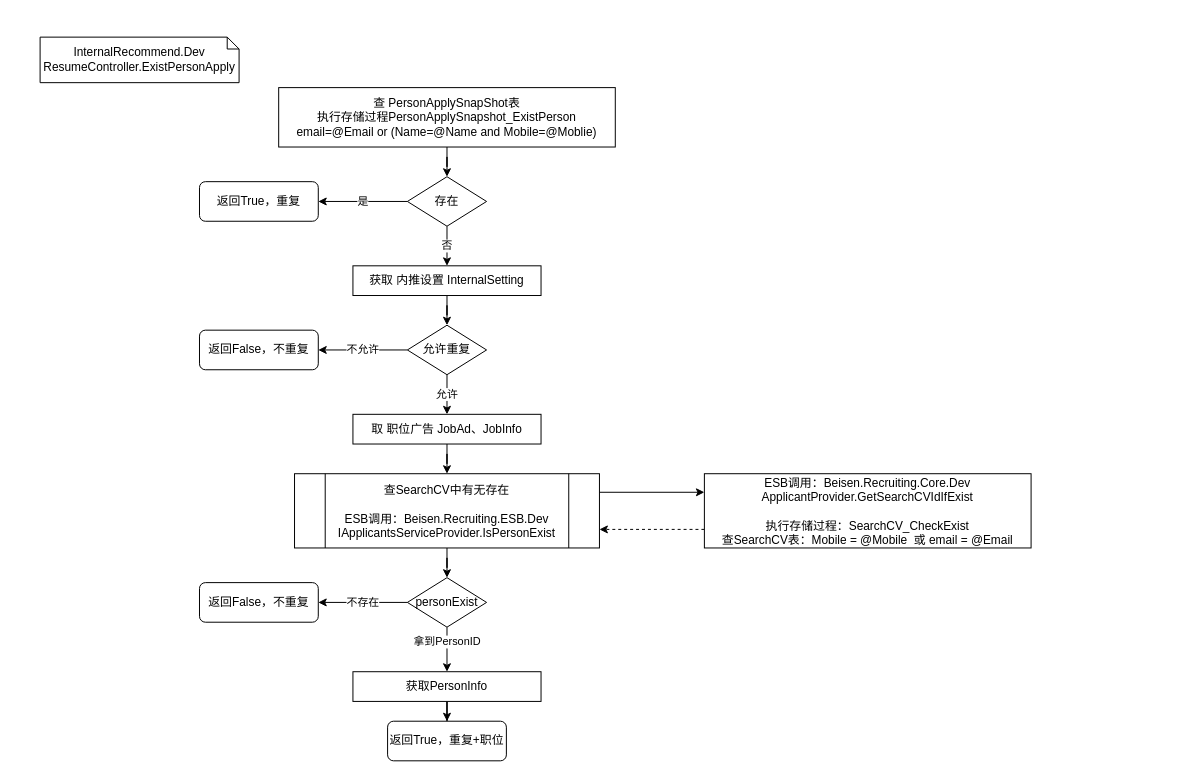
This is 线上1113前的内推逻辑.drawio from Lucas20029/MyDiagrams, a draw.io file, before an edit. Source tidied: cells renumbered, new cells numbered last; positions are measured from the earlier drawing's top-left corner, leaving out a move shared by most shapes. Both pictures are drawn from the tidied source at 99%, with x=0, y=0 at pixel (40, 37).
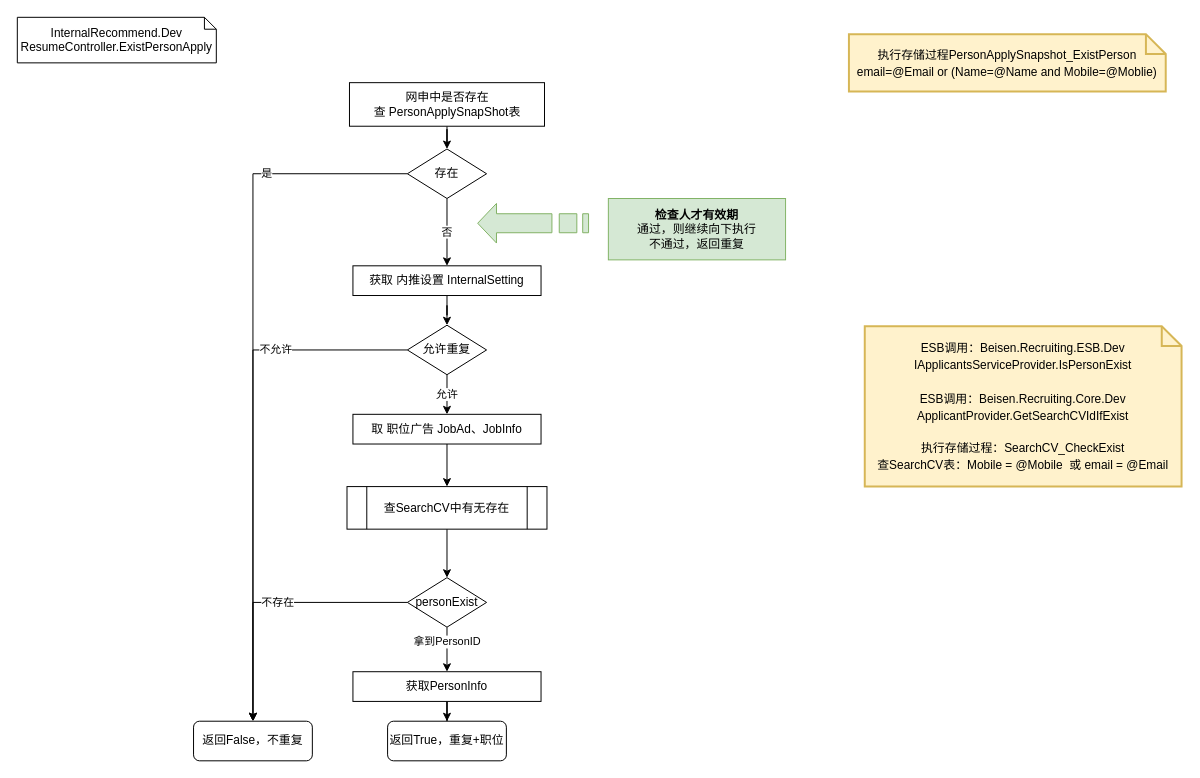
The same page after the edit.

Commit message:
Update 线上1113前的内推逻辑.drawio

Unchanged cells that the change refers to:
```xml
<mxCell id="13" value="允许重复" style="rhombus;whiteSpace=wrap;html=1;" parent="1" vertex="1">
  <mxGeometry x="371" y="291" width="80" height="50" as="geometry" />
</mxCell>
<mxCell id="21" value="personExist" style="rhombus;whiteSpace=wrap;html=1;" parent="1" vertex="1">
  <mxGeometry x="371" y="546" width="80" height="50" as="geometry" />
</mxCell>
```

What changed in the source:
```diff
@@
     <mxCell id="2" value="InternalRecommend.Dev&lt;br&gt;ResumeController.ExistPersonApply" style="shape=note;size=12;whiteSpace=wrap;html=1;" parent="1" vertex="1">
-      <mxGeometry width="201" height="46" as="geometry" />
+      <mxGeometry x="-23" y="-20" width="201" height="46" as="geometry" />
     </mxCell>
@@
-    <mxCell id="4" value="查 PersonApplySnapShot表&lt;br&gt;执行存储过程PersonApplySnapshot_ExistPerson&lt;br&gt;email=@Email or (Name=@Name and Mobile=@Moblie)" style="rounded=0;whiteSpace=wrap;html=1;" parent="1" vertex="1">
-      <mxGeometry x="241" y="51" width="340" height="60" as="geometry" />
+    <mxCell id="4" value="网申中是否存在&lt;br&gt;查 PersonApplySnapShot表" style="rounded=0;whiteSpace=wrap;html=1;" parent="1" vertex="1">
+      <mxGeometry x="312.5" y="46" width="197" height="44" as="geometry" />
     </mxCell>
-    <mxCell id="5" value="是" style="edgeStyle=orthogonalEdgeStyle;rounded=0;jettySize=auto;html=1;" parent="1" edge="1" source="7" target="8">
-      <mxGeometry relative="1" as="geometry" />
+    <mxCell id="5" value="是" style="edgeStyle=orthogonalEdgeStyle;rounded=0;jettySize=auto;html=1;" parent="1" edge="1" source="7" target="28">
+      <mxGeometry x="-0.6" relative="1" as="geometry" />
     </mxCell>
@@
     <mxCell id="7" value="存在" style="rhombus;whiteSpace=wrap;html=1;" parent="1" vertex="1">
-      <mxGeometry x="371" y="141" width="80" height="50" as="geometry" />
+      <mxGeometry x="371" y="113" width="80" height="50" as="geometry" />
     </mxCell>
-    <mxCell id="8" value="返回True，重复" style="whiteSpace=wrap;html=1;rounded=1;" parent="1" vertex="1">
-      <mxGeometry x="161" y="146" width="120" height="40" as="geometry" />
-    </mxCell>
@@
-    <mxCell id="12" value="不允许" style="edgeStyle=orthogonalEdgeStyle;rounded=0;jettySize=auto;html=1;exitX=0;exitY=0.5;exitDx=0;exitDy=0;" parent="1" edge="1" source="13" target="14">
-      <mxGeometry relative="1" as="geometry" />
+    <mxCell id="12" value="不允许" style="edgeStyle=orthogonalEdgeStyle;rounded=0;jettySize=auto;html=1;exitX=0;exitY=0.5;exitDx=0;exitDy=0;" parent="1" edge="1" source="13" target="28">
+      <mxGeometry x="-0.5" relative="1" as="geometry" />
     </mxCell>
@@
-    <mxCell id="14" value="返回False，不重复" style="whiteSpace=wrap;html=1;rounded=1;" parent="1" vertex="1">
-      <mxGeometry x="161" y="296" width="120" height="40" as="geometry" />
-    </mxCell>
@@
-    <mxCell id="17" style="edgeStyle=orthogonalEdgeStyle;rounded=0;jettySize=auto;html=1;exitX=0;exitY=0.75;exitDx=0;exitDy=0;entryX=1;entryY=0.75;entryDx=0;entryDy=0;dashed=1;" parent="1" edge="1" source="18" target="27">
-      <mxGeometry relative="1" as="geometry" />
-    </mxCell>
-    <mxCell id="18" value="ESB调用：Beisen.Recruiting.Core.Dev&lt;br&gt;ApplicantProvider.GetSearchCVIdIfExist&lt;br&gt;&lt;br&gt;执行存储过程：SearchCV_CheckExist&lt;br&gt;查SearchCV表：Mobile = @Mobile&amp;nbsp; 或&amp;nbsp;email = @Email" style="rounded=0;whiteSpace=wrap;html=1;" parent="1" vertex="1">
-      <mxGeometry x="671" y="441" width="330" height="75" as="geometry" />
-    </mxCell>
@@
     <mxCell id="20" value="不存在" style="edgeStyle=orthogonalEdgeStyle;rounded=0;jettySize=auto;html=1;" parent="1" edge="1" source="21" target="28">
-      <mxGeometry relative="1" as="geometry" />
+      <mxGeometry x="-0.05" relative="1" as="geometry" />
     </mxCell>
@@
-    <mxCell id="22" style="edgeStyle=orthogonalEdgeStyle;rounded=0;jettySize=auto;html=1;entryX=0;entryY=0.25;entryDx=0;entryDy=0;exitX=1;exitY=0.25;exitDx=0;exitDy=0;" parent="1" edge="1" source="27" target="18">
-      <mxGeometry relative="1" as="geometry" />
-    </mxCell>
@@
-    <mxCell id="27" value="&lt;span&gt;查SearchCV中有无存在&lt;br&gt;&lt;/span&gt;&lt;br&gt;&lt;span&gt;ESB调用：&lt;/span&gt;Beisen.Recruiting.ESB.Dev&lt;span&gt;&lt;br&gt;IApplicantsServiceProvider.IsPersonExist&lt;/span&gt;" style="shape=process;whiteSpace=wrap;html=1;backgroundOutline=1;" parent="1" vertex="1">
-      <mxGeometry x="257" y="441" width="308" height="75" as="geometry" />
+    <mxCell id="27" value="&lt;span&gt;查SearchCV中有无存在&lt;/span&gt;" style="shape=process;whiteSpace=wrap;html=1;backgroundOutline=1;" parent="1" vertex="1">
+      <mxGeometry x="310" y="454" width="202" height="43" as="geometry" />
     </mxCell>
     <mxCell id="28" value="返回False，不重复" style="whiteSpace=wrap;html=1;rounded=1;" parent="1" vertex="1">
-      <mxGeometry x="161" y="551" width="120" height="40" as="geometry" />
+      <mxGeometry x="155" y="691" width="120" height="40" as="geometry" />
     </mxCell>
+    <mxCell id="29" value="&lt;span style=&quot;color: rgb(0 , 0 , 0) ; font-size: 12px&quot;&gt;ESB调用：&lt;/span&gt;&lt;span style=&quot;color: rgb(0 , 0 , 0) ; font-size: 12px&quot;&gt;Beisen.Recruiting.ESB.Dev&lt;/span&gt;&lt;span style=&quot;color: rgb(0 , 0 , 0) ; font-size: 12px&quot;&gt;&lt;br&gt;IApplicantsServiceProvider.IsPersonExist&lt;br&gt;&lt;br&gt;&lt;/span&gt;&lt;span style=&quot;color: rgb(0 , 0 , 0) ; font-size: 12px&quot;&gt;ESB调用：Beisen.Recruiting.Core.Dev&lt;/span&gt;&lt;br style=&quot;color: rgb(0 , 0 , 0) ; font-size: 12px&quot;&gt;&lt;span style=&quot;color: rgb(0 , 0 , 0) ; font-size: 12px&quot;&gt;ApplicantProvider.GetSearchCVIdIfExist&lt;/span&gt;&lt;br style=&quot;color: rgb(0 , 0 , 0) ; font-size: 12px&quot;&gt;&lt;br style=&quot;color: rgb(0 , 0 , 0) ; font-size: 12px&quot;&gt;&lt;span style=&quot;color: rgb(0 , 0 , 0) ; font-size: 12px&quot;&gt;执行存储过程：SearchCV_CheckExist&lt;/span&gt;&lt;br style=&quot;color: rgb(0 , 0 , 0) ; font-size: 12px&quot;&gt;&lt;span style=&quot;color: rgb(0 , 0 , 0) ; font-size: 12px&quot;&gt;查SearchCV表：Mobile = @Mobile&amp;nbsp; 或&amp;nbsp;email = @Email&lt;/span&gt;&lt;span style=&quot;color: rgb(0 , 0 , 0) ; font-size: 12px&quot;&gt;&lt;br&gt;&lt;/span&gt;" style="shape=note;strokeWidth=2;fontSize=14;size=20;whiteSpace=wrap;html=1;fillColor=#fff2cc;strokeColor=#d6b656;fontColor=#666600;rounded=1;" parent="1" vertex="1">
+      <mxGeometry x="833" y="292" width="320" height="162" as="geometry" />
+    </mxCell>
+    <mxCell id="30" value="&lt;span style=&quot;color: rgb(0 , 0 , 0) ; font-size: 12px&quot;&gt;执行存储过程PersonApplySnapshot_ExistPerson&lt;/span&gt;&lt;br style=&quot;color: rgb(0 , 0 , 0) ; font-size: 12px&quot;&gt;&lt;span style=&quot;color: rgb(0 , 0 , 0) ; font-size: 12px&quot;&gt;email=@Email or (Name=@Name and Mobile=@Moblie)&lt;/span&gt;&lt;span style=&quot;color: rgb(0 , 0 , 0) ; font-size: 12px&quot;&gt;&lt;br&gt;&lt;/span&gt;" style="shape=note;strokeWidth=2;fontSize=14;size=20;whiteSpace=wrap;html=1;fillColor=#fff2cc;strokeColor=#d6b656;fontColor=#666600;rounded=1;" parent="1" vertex="1">
+      <mxGeometry x="817" y="-3" width="320" height="58" as="geometry" />
+    </mxCell>
+    <mxCell id="31" value="&lt;b&gt;检查人才有效期&lt;/b&gt;&lt;br&gt;通过，则继续向下执行&lt;br&gt;不通过，返回重复" style="rounded=0;whiteSpace=wrap;html=1;fillColor=#d5e8d4;strokeColor=#82b366;" parent="1" vertex="1">
+      <mxGeometry x="574" y="163" width="179" height="62" as="geometry" />
+    </mxCell>
+    <mxCell id="32" style="html=1;shadow=0;dashed=0;align=center;verticalAlign=middle;shape=mxgraph.arrows2.stripedArrow;dy=0.52;dx=19;notch=37;rounded=1;rotation=-180;fillColor=#d5e8d4;strokeColor=#82b366;" parent="1" vertex="1">
+      <mxGeometry x="442" y="168" width="112" height="40" as="geometry" />
+    </mxCell>
```
